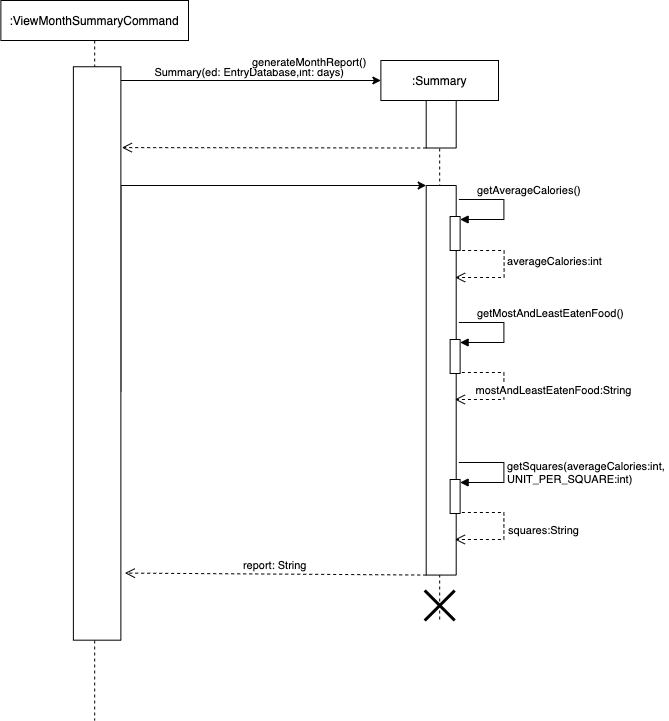
Earlier version of the draw.io export docs/diagrams-DG/monthly report.png (praj-bellakka/tp). Source tidied: cells renumbered, new cells last; positions are measured from the earlier drawing's top-left corner, leaving out a move shared by most shapes. Source of this version:
```xml
<mxGraphModel>
  <root>
    <mxCell id="0" />
    <mxCell id="1" parent="0" />
    <mxCell id="2" value=":Summary" style="shape=umlLifeline;perimeter=lifelinePerimeter;rounded=0;shadow=0;strokeWidth=1;" parent="1" vertex="1">
      <mxGeometry x="570.4" y="60" width="117.6" height="560" as="geometry" />
    </mxCell>
    <mxCell id="3" style="rounded=0;whiteSpace=wrap;html=1;rotation=90;" parent="2" vertex="1">
      <mxGeometry x="36.6" y="48.8" width="47.5" height="30" as="geometry" />
    </mxCell>
    <mxCell id="4" style="rounded=0;whiteSpace=wrap;html=1;rotation=90;" parent="2" vertex="1">
      <mxGeometry x="-134.4" y="304.8" width="389.6" height="30" as="geometry" />
    </mxCell>
    <mxCell id="5" style="html=1;perimeter=orthogonalPerimeter;" parent="2" vertex="1">
      <mxGeometry x="69.2" y="156" width="10" height="34" as="geometry" />
    </mxCell>
    <mxCell id="6" value="getAverageCalories()" style="edgeStyle=orthogonalEdgeStyle;html=1;align=left;spacingLeft=2;endArrow=block;rounded=0;entryX=1;entryY=0;" parent="2" edge="1">
      <mxGeometry x="-0.73" y="9" relative="1" as="geometry">
        <mxPoint x="78" y="139" as="sourcePoint" />
        <mxPoint x="79.2" y="159" as="targetPoint" />
        <Array as="points">
          <mxPoint x="123" y="139" />
          <mxPoint x="123" y="159" />
        </Array>
      </mxGeometry>
    </mxCell>
    <mxCell id="7" style="html=1;perimeter=orthogonalPerimeter;" parent="2" vertex="1">
      <mxGeometry x="69.2" y="279" width="10" height="34" as="geometry" />
    </mxCell>
    <mxCell id="8" value="getMostAndLeastEatenFood()" style="edgeStyle=orthogonalEdgeStyle;html=1;align=left;spacingLeft=2;endArrow=block;rounded=0;entryX=1;entryY=0;" parent="2" edge="1">
      <mxGeometry x="-0.73" y="9" relative="1" as="geometry">
        <mxPoint x="78" y="262" as="sourcePoint" />
        <mxPoint x="79.2" y="282" as="targetPoint" />
        <Array as="points">
          <mxPoint x="123" y="262" />
          <mxPoint x="123" y="282" />
        </Array>
      </mxGeometry>
    </mxCell>
    <mxCell id="9" value="mostAndLeastEatenFood:String" style="html=1;verticalAlign=bottom;endArrow=open;dashed=1;endSize=8;rounded=0;edgeStyle=orthogonalEdgeStyle;exitX=1.175;exitY=0.794;exitDx=0;exitDy=0;exitPerimeter=0;" parent="2" edge="1">
      <mxGeometry x="0.17" y="-50" relative="1" as="geometry">
        <mxPoint x="81" y="312" as="sourcePoint" />
        <mxPoint x="74" y="339" as="targetPoint" />
        <Array as="points">
          <mxPoint x="123" y="312" />
          <mxPoint x="123" y="339" />
        </Array>
        <mxPoint x="50" y="50" as="offset" />
      </mxGeometry>
    </mxCell>
    <mxCell id="10" style="html=1;perimeter=orthogonalPerimeter;" parent="2" vertex="1">
      <mxGeometry x="69.2" y="419" width="10" height="34" as="geometry" />
    </mxCell>
    <mxCell id="11" value="getSquares(averageCalories:int, &lt;br&gt;UNIT_PER_SQUARE:int)" style="edgeStyle=orthogonalEdgeStyle;html=1;align=left;spacingLeft=2;endArrow=block;rounded=0;entryX=1;entryY=0;" parent="2" edge="1">
      <mxGeometry x="0.01" relative="1" as="geometry">
        <mxPoint x="78" y="402" as="sourcePoint" />
        <mxPoint x="79.2" y="422" as="targetPoint" />
        <Array as="points">
          <mxPoint x="123" y="402" />
          <mxPoint x="123" y="422" />
        </Array>
      </mxGeometry>
    </mxCell>
    <mxCell id="12" value="squares:String" style="html=1;verticalAlign=bottom;endArrow=open;dashed=1;endSize=8;rounded=0;edgeStyle=orthogonalEdgeStyle;exitX=1.175;exitY=0.794;exitDx=0;exitDy=0;exitPerimeter=0;" parent="2" edge="1">
      <mxGeometry x="0.17" y="-40" relative="1" as="geometry">
        <mxPoint x="81" y="452" as="sourcePoint" />
        <mxPoint x="74" y="479" as="targetPoint" />
        <Array as="points">
          <mxPoint x="123" y="452" />
          <mxPoint x="123" y="479" />
        </Array>
        <mxPoint x="40" y="40" as="offset" />
      </mxGeometry>
    </mxCell>
    <mxCell id="13" value="averageCalories:int" style="html=1;verticalAlign=bottom;endArrow=open;dashed=1;endSize=8;rounded=0;edgeStyle=orthogonalEdgeStyle;exitX=1.175;exitY=0.794;exitDx=0;exitDy=0;exitPerimeter=0;" parent="2" edge="1">
      <mxGeometry x="0.05" y="50" relative="1" as="geometry">
        <mxPoint x="81.2" y="190" as="sourcePoint" />
        <mxPoint x="74.2" y="217" as="targetPoint" />
        <Array as="points">
          <mxPoint x="123.2" y="190" />
          <mxPoint x="123.2" y="217" />
        </Array>
      </mxGeometry>
    </mxCell>
    <mxCell id="14" style="shape=umlDestroy;whiteSpace=wrap;html=1;strokeWidth=3;" parent="2" vertex="1">
      <mxGeometry x="43.8" y="530" width="30" height="30" as="geometry" />
    </mxCell>
    <mxCell id="15" style="endArrow=classic;html=1;rounded=0;edgeStyle=orthogonalEdgeStyle;" parent="1" edge="1" source="21">
      <mxGeometry relative="1" as="geometry">
        <mxPoint x="570.4" y="80" as="targetPoint" />
        <Array as="points">
          <mxPoint x="286.4" y="80" />
        </Array>
      </mxGeometry>
    </mxCell>
    <mxCell id="16" value="&amp;nbsp; &amp;nbsp; &amp;nbsp; &amp;nbsp;Summary(ed: EntryDatabase,int: days)" style="edgeLabel;html=1;align=left;verticalAlign=bottom;" parent="15" vertex="1">
      <mxGeometry x="-1" relative="1" as="geometry">
        <mxPoint x="34" y="14" as="offset" />
      </mxGeometry>
    </mxCell>
    <mxCell id="17" style="verticalAlign=bottom;endArrow=open;dashed=1;endSize=8;shadow=0;strokeWidth=1;entryX=0.39;entryY=-0.021;entryDx=0;entryDy=0;entryPerimeter=0;exitX=1;exitY=1;exitDx=0;exitDy=0;" parent="1" edge="1" source="3">
      <mxGeometry relative="1" as="geometry">
        <mxPoint x="311.4" y="147.1" as="targetPoint" />
      </mxGeometry>
    </mxCell>
    <mxCell id="18" style="endArrow=classic;html=1;rounded=0;edgeStyle=orthogonalEdgeStyle;entryX=0;entryY=1;entryDx=0;entryDy=0;exitX=0.566;exitY=0;exitDx=0;exitDy=0;exitPerimeter=0;" parent="1" edge="1" source="21" target="4">
      <mxGeometry relative="1" as="geometry">
        <Array as="points">
          <mxPoint x="310.4" y="185" />
        </Array>
      </mxGeometry>
    </mxCell>
    <mxCell id="19" value="generateMonthReport()" style="edgeLabel;html=1;align=left;verticalAlign=bottom;" parent="18" vertex="1">
      <mxGeometry x="-1" relative="1" as="geometry">
        <mxPoint x="130" y="-321" as="offset" />
      </mxGeometry>
    </mxCell>
    <mxCell id="20" value=":ViewMonthSummaryCommand" style="shape=umlLifeline;perimeter=lifelinePerimeter;whiteSpace=wrap;html=1;" parent="1" vertex="1">
      <mxGeometry x="190.4" width="187.6" height="720" as="geometry" />
    </mxCell>
    <mxCell id="21" style="rounded=0;whiteSpace=wrap;html=1;rotation=90;" parent="20" vertex="1">
      <mxGeometry x="-190.5" y="329.2" width="573.4" height="47.5" as="geometry" />
    </mxCell>
    <mxCell id="22" value="report: String" style="verticalAlign=bottom;endArrow=open;dashed=1;endSize=8;shadow=0;strokeWidth=1;entryX=0.883;entryY=-0.084;entryDx=0;entryDy=0;entryPerimeter=0;exitX=1;exitY=1;exitDx=0;exitDy=0;" parent="1" edge="1" source="4" target="21">
      <mxGeometry relative="1" as="geometry" />
    </mxCell>
  </root>
</mxGraphModel>
```
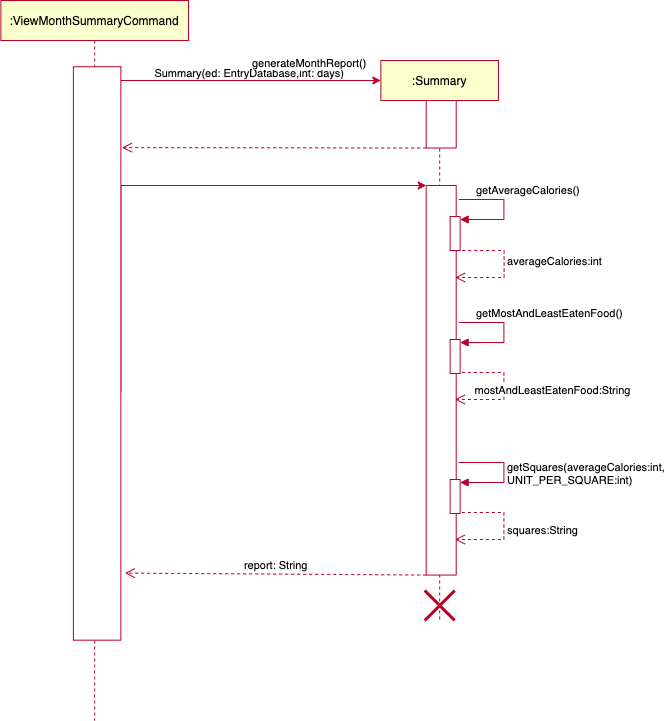
After the commit.

Commit message:
follow the format with other diagrams

Diff of the diagram source:
```diff
@@ -2,19 +2,19 @@
   <root>
     <mxCell id="0" />
     <mxCell id="1" parent="0" />
-    <mxCell id="2" value=":Summary" style="shape=umlLifeline;perimeter=lifelinePerimeter;rounded=0;shadow=0;strokeWidth=1;" parent="1" vertex="1">
+    <mxCell id="2" value=":Summary" style="shape=umlLifeline;perimeter=lifelinePerimeter;rounded=0;shadow=0;strokeWidth=1;fillColor=#fbffcc;strokeColor=#b90029;" parent="1" vertex="1">
       <mxGeometry x="570.4" y="60" width="117.6" height="560" as="geometry" />
     </mxCell>
-    <mxCell id="3" style="rounded=0;whiteSpace=wrap;html=1;rotation=90;" parent="2" vertex="1">
+    <mxCell id="3" style="rounded=0;whiteSpace=wrap;html=1;rotation=90;strokeColor=#b90029;" parent="2" vertex="1">
       <mxGeometry x="36.6" y="48.8" width="47.5" height="30" as="geometry" />
     </mxCell>
-    <mxCell id="4" style="rounded=0;whiteSpace=wrap;html=1;rotation=90;" parent="2" vertex="1">
+    <mxCell id="4" style="rounded=0;whiteSpace=wrap;html=1;rotation=90;strokeColor=#b90029;" parent="2" vertex="1">
       <mxGeometry x="-134.4" y="304.8" width="389.6" height="30" as="geometry" />
     </mxCell>
-    <mxCell id="5" style="html=1;perimeter=orthogonalPerimeter;" parent="2" vertex="1">
+    <mxCell id="5" style="html=1;perimeter=orthogonalPerimeter;strokeColor=#b90029;" parent="2" vertex="1">
       <mxGeometry x="69.2" y="156" width="10" height="34" as="geometry" />
     </mxCell>
-    <mxCell id="6" value="getAverageCalories()" style="edgeStyle=orthogonalEdgeStyle;html=1;align=left;spacingLeft=2;endArrow=block;rounded=0;entryX=1;entryY=0;" parent="2" edge="1">
+    <mxCell id="6" value="getAverageCalories()" style="edgeStyle=orthogonalEdgeStyle;html=1;align=left;spacingLeft=2;endArrow=block;rounded=0;entryX=1;entryY=0;strokeColor=#b90029;" parent="2" edge="1">
       <mxGeometry x="-0.73" y="9" relative="1" as="geometry">
         <mxPoint x="78" y="139" as="sourcePoint" />
         <mxPoint x="79.2" y="159" as="targetPoint" />
@@ -24,10 +24,10 @@
         </Array>
       </mxGeometry>
     </mxCell>
-    <mxCell id="7" style="html=1;perimeter=orthogonalPerimeter;" parent="2" vertex="1">
+    <mxCell id="7" style="html=1;perimeter=orthogonalPerimeter;strokeColor=#b90029;" parent="2" vertex="1">
       <mxGeometry x="69.2" y="279" width="10" height="34" as="geometry" />
     </mxCell>
-    <mxCell id="8" value="getMostAndLeastEatenFood()" style="edgeStyle=orthogonalEdgeStyle;html=1;align=left;spacingLeft=2;endArrow=block;rounded=0;entryX=1;entryY=0;" parent="2" edge="1">
+    <mxCell id="8" value="getMostAndLeastEatenFood()" style="edgeStyle=orthogonalEdgeStyle;html=1;align=left;spacingLeft=2;endArrow=block;rounded=0;entryX=1;entryY=0;strokeColor=#b90029;" parent="2" edge="1">
       <mxGeometry x="-0.73" y="9" relative="1" as="geometry">
         <mxPoint x="78" y="262" as="sourcePoint" />
         <mxPoint x="79.2" y="282" as="targetPoint" />
@@ -37,7 +37,7 @@
         </Array>
       </mxGeometry>
     </mxCell>
-    <mxCell id="9" value="mostAndLeastEatenFood:String" style="html=1;verticalAlign=bottom;endArrow=open;dashed=1;endSize=8;rounded=0;edgeStyle=orthogonalEdgeStyle;exitX=1.175;exitY=0.794;exitDx=0;exitDy=0;exitPerimeter=0;" parent="2" edge="1">
+    <mxCell id="9" value="mostAndLeastEatenFood:String" style="html=1;verticalAlign=bottom;endArrow=open;dashed=1;endSize=8;rounded=0;edgeStyle=orthogonalEdgeStyle;exitX=1.175;exitY=0.794;exitDx=0;exitDy=0;exitPerimeter=0;strokeColor=#b90029;" parent="2" edge="1">
       <mxGeometry x="0.17" y="-50" relative="1" as="geometry">
         <mxPoint x="81" y="312" as="sourcePoint" />
         <mxPoint x="74" y="339" as="targetPoint" />
@@ -48,10 +48,10 @@
         <mxPoint x="50" y="50" as="offset" />
       </mxGeometry>
     </mxCell>
-    <mxCell id="10" style="html=1;perimeter=orthogonalPerimeter;" parent="2" vertex="1">
+    <mxCell id="10" style="html=1;perimeter=orthogonalPerimeter;strokeColor=#b90029;" parent="2" vertex="1">
       <mxGeometry x="69.2" y="419" width="10" height="34" as="geometry" />
     </mxCell>
-    <mxCell id="11" value="getSquares(averageCalories:int, &lt;br&gt;UNIT_PER_SQUARE:int)" style="edgeStyle=orthogonalEdgeStyle;html=1;align=left;spacingLeft=2;endArrow=block;rounded=0;entryX=1;entryY=0;" parent="2" edge="1">
+    <mxCell id="11" value="getSquares(averageCalories:int, &lt;br&gt;UNIT_PER_SQUARE:int)" style="edgeStyle=orthogonalEdgeStyle;html=1;align=left;spacingLeft=2;endArrow=block;rounded=0;entryX=1;entryY=0;strokeColor=#b90029;" parent="2" edge="1">
       <mxGeometry x="0.01" relative="1" as="geometry">
         <mxPoint x="78" y="402" as="sourcePoint" />
         <mxPoint x="79.2" y="422" as="targetPoint" />
@@ -61,7 +61,7 @@
         </Array>
       </mxGeometry>
     </mxCell>
-    <mxCell id="12" value="squares:String" style="html=1;verticalAlign=bottom;endArrow=open;dashed=1;endSize=8;rounded=0;edgeStyle=orthogonalEdgeStyle;exitX=1.175;exitY=0.794;exitDx=0;exitDy=0;exitPerimeter=0;" parent="2" edge="1">
+    <mxCell id="12" value="squares:String" style="html=1;verticalAlign=bottom;endArrow=open;dashed=1;endSize=8;rounded=0;edgeStyle=orthogonalEdgeStyle;exitX=1.175;exitY=0.794;exitDx=0;exitDy=0;exitPerimeter=0;strokeColor=#b90029;" parent="2" edge="1">
       <mxGeometry x="0.17" y="-40" relative="1" as="geometry">
         <mxPoint x="81" y="452" as="sourcePoint" />
         <mxPoint x="74" y="479" as="targetPoint" />
@@ -72,7 +72,7 @@
         <mxPoint x="40" y="40" as="offset" />
       </mxGeometry>
     </mxCell>
-    <mxCell id="13" value="averageCalories:int" style="html=1;verticalAlign=bottom;endArrow=open;dashed=1;endSize=8;rounded=0;edgeStyle=orthogonalEdgeStyle;exitX=1.175;exitY=0.794;exitDx=0;exitDy=0;exitPerimeter=0;" parent="2" edge="1">
+    <mxCell id="13" value="averageCalories:int" style="html=1;verticalAlign=bottom;endArrow=open;dashed=1;endSize=8;rounded=0;edgeStyle=orthogonalEdgeStyle;exitX=1.175;exitY=0.794;exitDx=0;exitDy=0;exitPerimeter=0;strokeColor=#b90029;" parent="2" edge="1">
       <mxGeometry x="0.05" y="50" relative="1" as="geometry">
         <mxPoint x="81.2" y="190" as="sourcePoint" />
         <mxPoint x="74.2" y="217" as="targetPoint" />
@@ -82,10 +82,10 @@
         </Array>
       </mxGeometry>
     </mxCell>
-    <mxCell id="14" style="shape=umlDestroy;whiteSpace=wrap;html=1;strokeWidth=3;" parent="2" vertex="1">
+    <mxCell id="14" style="shape=umlDestroy;whiteSpace=wrap;html=1;strokeWidth=3;strokeColor=#b90029;" parent="2" vertex="1">
       <mxGeometry x="43.8" y="530" width="30" height="30" as="geometry" />
     </mxCell>
-    <mxCell id="15" style="endArrow=classic;html=1;rounded=0;edgeStyle=orthogonalEdgeStyle;" parent="1" edge="1" source="21">
+    <mxCell id="15" style="endArrow=classic;html=1;rounded=0;edgeStyle=orthogonalEdgeStyle;strokeColor=#b90029;" parent="1" edge="1" source="21">
       <mxGeometry relative="1" as="geometry">
         <mxPoint x="570.4" y="80" as="targetPoint" />
         <Array as="points">
@@ -98,12 +98,12 @@
         <mxPoint x="34" y="14" as="offset" />
       </mxGeometry>
     </mxCell>
-    <mxCell id="17" style="verticalAlign=bottom;endArrow=open;dashed=1;endSize=8;shadow=0;strokeWidth=1;entryX=0.39;entryY=-0.021;entryDx=0;entryDy=0;entryPerimeter=0;exitX=1;exitY=1;exitDx=0;exitDy=0;" parent="1" edge="1" source="3">
+    <mxCell id="17" style="verticalAlign=bottom;endArrow=open;dashed=1;endSize=8;shadow=0;strokeWidth=1;entryX=0.39;entryY=-0.021;entryDx=0;entryDy=0;entryPerimeter=0;exitX=1;exitY=1;exitDx=0;exitDy=0;strokeColor=#b90029;" parent="1" edge="1" source="3">
       <mxGeometry relative="1" as="geometry">
         <mxPoint x="311.4" y="147.1" as="targetPoint" />
       </mxGeometry>
     </mxCell>
-    <mxCell id="18" style="endArrow=classic;html=1;rounded=0;edgeStyle=orthogonalEdgeStyle;entryX=0;entryY=1;entryDx=0;entryDy=0;exitX=0.566;exitY=0;exitDx=0;exitDy=0;exitPerimeter=0;" parent="1" edge="1" source="21" target="4">
+    <mxCell id="18" style="endArrow=classic;html=1;rounded=0;edgeStyle=orthogonalEdgeStyle;entryX=0;entryY=1;entryDx=0;entryDy=0;exitX=0.566;exitY=0;exitDx=0;exitDy=0;exitPerimeter=0;strokeColor=#b90029;" parent="1" edge="1" source="21" target="4">
       <mxGeometry relative="1" as="geometry">
         <Array as="points">
           <mxPoint x="310.4" y="185" />
@@ -115,13 +115,13 @@
         <mxPoint x="130" y="-321" as="offset" />
       </mxGeometry>
     </mxCell>
-    <mxCell id="20" value=":ViewMonthSummaryCommand" style="shape=umlLifeline;perimeter=lifelinePerimeter;whiteSpace=wrap;html=1;" parent="1" vertex="1">
+    <mxCell id="20" value=":ViewMonthSummaryCommand" style="shape=umlLifeline;perimeter=lifelinePerimeter;whiteSpace=wrap;html=1;fillColor=#fbffcc;strokeColor=#b90029;" parent="1" vertex="1">
       <mxGeometry x="190.4" width="187.6" height="720" as="geometry" />
     </mxCell>
-    <mxCell id="21" style="rounded=0;whiteSpace=wrap;html=1;rotation=90;" parent="20" vertex="1">
+    <mxCell id="21" style="rounded=0;whiteSpace=wrap;html=1;rotation=90;strokeColor=#b90029;" parent="20" vertex="1">
       <mxGeometry x="-190.5" y="329.2" width="573.4" height="47.5" as="geometry" />
     </mxCell>
-    <mxCell id="22" value="report: String" style="verticalAlign=bottom;endArrow=open;dashed=1;endSize=8;shadow=0;strokeWidth=1;entryX=0.883;entryY=-0.084;entryDx=0;entryDy=0;entryPerimeter=0;exitX=1;exitY=1;exitDx=0;exitDy=0;" parent="1" edge="1" source="4" target="21">
+    <mxCell id="22" value="report: String" style="verticalAlign=bottom;endArrow=open;dashed=1;endSize=8;shadow=0;strokeWidth=1;entryX=0.883;entryY=-0.084;entryDx=0;entryDy=0;entryPerimeter=0;exitX=1;exitY=1;exitDx=0;exitDy=0;strokeColor=#b90029;" parent="1" edge="1" source="4" target="21">
       <mxGeometry relative="1" as="geometry" />
     </mxCell>
   </root>
```
